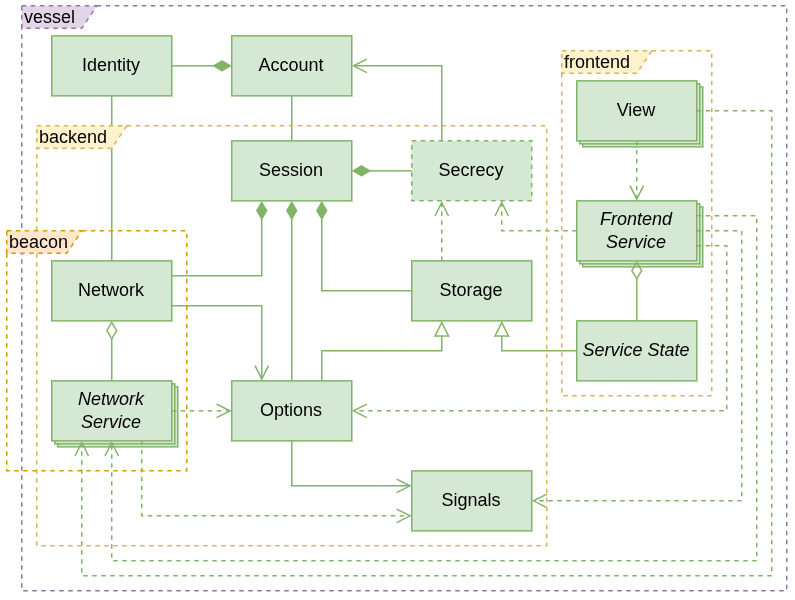
This is docs/architecture.model.png from abetaev/brochain, a draw.io export, as it was before one commit. Source tidied: cells renumbered, new cells last; positions are measured from the earlier drawing's top-left corner, leaving out a move shared by most shapes. The source it was exported from:
```xml
<mxGraphModel background="light-dark(#ffffff, #121212)">
  <root>
    <mxCell id="0" />
    <mxCell id="1" parent="0" />
    <mxCell id="2" style="edgeStyle=orthogonalEdgeStyle;rounded=0;jettySize=auto;html=1;exitX=0.5;exitY=1;exitDx=0;exitDy=0;entryX=0.5;entryY=0;entryDx=0;entryDy=0;endArrow=none;endFill=0;fillColor=#d5e8d4;strokeColor=#82b366;" parent="1" edge="1" source="41" target="14">
      <mxGeometry relative="1" as="geometry" />
    </mxCell>
    <mxCell id="3" value="View" style="html=1;whiteSpace=wrap;fillColor=#d5e8d4;strokeColor=#82b366;" parent="1" vertex="1">
      <mxGeometry x="384" y="54" width="80" height="40" as="geometry" />
    </mxCell>
    <mxCell id="4" value="View" style="html=1;whiteSpace=wrap;fillColor=#d5e8d4;strokeColor=#82b366;" parent="1" vertex="1">
      <mxGeometry x="382" y="52" width="80" height="40" as="geometry" />
    </mxCell>
    <mxCell id="5" value="Frontend Service" style="html=1;whiteSpace=wrap;fontStyle=2;fillColor=#d5e8d4;strokeColor=#82b366;" parent="1" vertex="1">
      <mxGeometry x="384" y="134" width="80" height="40" as="geometry" />
    </mxCell>
    <mxCell id="6" value="Frontend Service" style="html=1;whiteSpace=wrap;fontStyle=2;fillColor=#d5e8d4;strokeColor=#82b366;" parent="1" vertex="1">
      <mxGeometry x="382" y="132" width="80" height="40" as="geometry" />
    </mxCell>
    <mxCell id="7" value="Service" style="html=1;whiteSpace=wrap;fillColor=#d5e8d4;strokeColor=#82b366;" parent="1" vertex="1">
      <mxGeometry x="34" y="254" width="80" height="40" as="geometry" />
    </mxCell>
    <mxCell id="8" value="Service" style="html=1;whiteSpace=wrap;fillColor=#d5e8d4;strokeColor=#82b366;" parent="1" vertex="1">
      <mxGeometry x="32" y="252" width="80" height="40" as="geometry" />
    </mxCell>
    <mxCell id="9" style="edgeStyle=orthogonalEdgeStyle;rounded=0;jettySize=auto;html=1;exitX=0.5;exitY=0;exitDx=0;exitDy=0;entryX=0.5;entryY=1;entryDx=0;entryDy=0;endArrow=none;endFill=0;endSize=8;startSize=6;fillColor=#d5e8d4;strokeColor=#82b366;" parent="1" edge="1" source="11" target="10">
      <mxGeometry relative="1" as="geometry" />
    </mxCell>
    <mxCell id="10" value="Account" style="html=1;whiteSpace=wrap;fillColor=#d5e8d4;strokeColor=#82b366;" parent="1" vertex="1">
      <mxGeometry x="150" y="20" width="80" height="40" as="geometry" />
    </mxCell>
    <mxCell id="11" value="Session" style="html=1;whiteSpace=wrap;fillColor=#d5e8d4;strokeColor=#82b366;" parent="1" vertex="1">
      <mxGeometry x="150" y="90" width="80" height="40" as="geometry" />
    </mxCell>
    <mxCell id="12" style="edgeStyle=orthogonalEdgeStyle;rounded=0;jettySize=auto;html=1;exitX=1;exitY=0.25;exitDx=0;exitDy=0;entryX=0.25;entryY=1;entryDx=0;entryDy=0;endArrow=diamondThin;endFill=1;endSize=10;fillColor=#d5e8d4;strokeColor=#82b366;" parent="1" edge="1" source="14" target="11">
      <mxGeometry relative="1" as="geometry" />
    </mxCell>
    <mxCell id="13" style="edgeStyle=orthogonalEdgeStyle;rounded=0;jettySize=auto;html=1;exitX=1;exitY=0.75;exitDx=0;exitDy=0;entryX=0.25;entryY=0;entryDx=0;entryDy=0;endArrow=open;endFill=0;fillColor=#d5e8d4;strokeColor=#82b366;endSize=8;" parent="1" edge="1" source="14" target="16">
      <mxGeometry relative="1" as="geometry" />
    </mxCell>
    <mxCell id="14" value="Network" style="html=1;whiteSpace=wrap;fillColor=#d5e8d4;strokeColor=#82b366;" parent="1" vertex="1">
      <mxGeometry x="30" y="170" width="80" height="40" as="geometry" />
    </mxCell>
    <mxCell id="15" style="edgeStyle=orthogonalEdgeStyle;rounded=0;jettySize=auto;html=1;exitX=0.75;exitY=0;exitDx=0;exitDy=0;entryX=0.25;entryY=1;entryDx=0;entryDy=0;endArrow=block;endFill=0;endSize=8;fillColor=#d5e8d4;strokeColor=#82b366;" parent="1" edge="1" source="16" target="19">
      <mxGeometry relative="1" as="geometry" />
    </mxCell>
    <mxCell id="16" value="Options" style="html=1;whiteSpace=wrap;fillColor=#d5e8d4;strokeColor=#82b366;" parent="1" vertex="1">
      <mxGeometry x="150" y="250" width="80" height="40" as="geometry" />
    </mxCell>
    <mxCell id="17" style="edgeStyle=orthogonalEdgeStyle;rounded=0;jettySize=auto;html=1;exitX=0;exitY=0.5;exitDx=0;exitDy=0;entryX=0.75;entryY=1;entryDx=0;entryDy=0;endArrow=diamondThin;endFill=1;endSize=10;fillColor=#d5e8d4;strokeColor=#82b366;" parent="1" edge="1" source="19" target="11">
      <mxGeometry relative="1" as="geometry" />
    </mxCell>
    <mxCell id="18" style="edgeStyle=orthogonalEdgeStyle;rounded=0;jettySize=auto;html=1;exitX=0.25;exitY=0;exitDx=0;exitDy=0;entryX=0.25;entryY=1;entryDx=0;entryDy=0;endArrow=open;endFill=0;endSize=8;fillColor=#d5e8d4;strokeColor=#82b366;dashed=1;" parent="1" edge="1" source="19" target="44">
      <mxGeometry relative="1" as="geometry" />
    </mxCell>
    <mxCell id="19" value="Storage" style="html=1;whiteSpace=wrap;fillColor=#d5e8d4;strokeColor=#82b366;" parent="1" vertex="1">
      <mxGeometry x="270" y="170" width="80" height="40" as="geometry" />
    </mxCell>
    <mxCell id="20" style="edgeStyle=orthogonalEdgeStyle;rounded=0;jettySize=auto;html=1;exitX=0.5;exitY=0;exitDx=0;exitDy=0;entryX=0.5;entryY=1;entryDx=0;entryDy=0;endArrow=diamondThin;endFill=0;endSize=10;fillColor=#d5e8d4;strokeColor=#82b366;" parent="1" edge="1" source="23" target="14">
      <mxGeometry relative="1" as="geometry" />
    </mxCell>
    <mxCell id="21" style="edgeStyle=orthogonalEdgeStyle;rounded=0;jettySize=auto;html=1;exitX=0.75;exitY=1;exitDx=0;exitDy=0;entryX=0;entryY=0.75;entryDx=0;entryDy=0;endArrow=open;endFill=0;endSize=8;fillColor=#d5e8d4;strokeColor=#82b366;dashed=1;" parent="1" edge="1" source="23" target="24">
      <mxGeometry relative="1" as="geometry" />
    </mxCell>
    <mxCell id="22" style="edgeStyle=orthogonalEdgeStyle;rounded=0;jettySize=auto;html=1;exitX=1;exitY=0.5;exitDx=0;exitDy=0;entryX=0;entryY=0.5;entryDx=0;entryDy=0;endArrow=open;endFill=0;endSize=8;fillColor=#d5e8d4;strokeColor=#82b366;dashed=1;" parent="1" edge="1" source="23" target="16">
      <mxGeometry relative="1" as="geometry" />
    </mxCell>
    <mxCell id="23" value="Network Service" style="html=1;whiteSpace=wrap;fontStyle=2;fillColor=#d5e8d4;strokeColor=#82b366;" parent="1" vertex="1">
      <mxGeometry x="30" y="250" width="80" height="40" as="geometry" />
    </mxCell>
    <mxCell id="24" value="Signals" style="html=1;whiteSpace=wrap;fillColor=#d5e8d4;strokeColor=#82b366;" parent="1" vertex="1">
      <mxGeometry x="270" y="310" width="80" height="40" as="geometry" />
    </mxCell>
    <mxCell id="25" style="edgeStyle=orthogonalEdgeStyle;rounded=0;jettySize=auto;html=1;exitX=0.5;exitY=0;exitDx=0;exitDy=0;entryX=0.5;entryY=1;entryDx=0;entryDy=0;endArrow=diamondThin;endFill=1;endSize=10;fillColor=#d5e8d4;strokeColor=#82b366;" parent="1" edge="1" source="16" target="11">
      <mxGeometry relative="1" as="geometry" />
    </mxCell>
    <mxCell id="26" style="edgeStyle=orthogonalEdgeStyle;rounded=0;jettySize=auto;html=1;exitX=0;exitY=0.5;exitDx=0;exitDy=0;entryX=0.75;entryY=1;entryDx=0;entryDy=0;endArrow=block;endFill=0;endSize=8;fillColor=#d5e8d4;strokeColor=#82b366;" parent="1" edge="1" source="28" target="19">
      <mxGeometry relative="1" as="geometry" />
    </mxCell>
    <mxCell id="27" style="edgeStyle=orthogonalEdgeStyle;rounded=0;jettySize=auto;html=1;exitX=0.5;exitY=0;exitDx=0;exitDy=0;entryX=0.5;entryY=1;entryDx=0;entryDy=0;endArrow=diamondThin;endFill=0;endSize=10;fillColor=#d5e8d4;strokeColor=#82b366;" parent="1" edge="1" source="28" target="33">
      <mxGeometry relative="1" as="geometry" />
    </mxCell>
    <mxCell id="28" value="Service State" style="html=1;whiteSpace=wrap;fontStyle=2;fillColor=#d5e8d4;strokeColor=#82b366;" parent="1" vertex="1">
      <mxGeometry x="380" y="210" width="80" height="40" as="geometry" />
    </mxCell>
    <mxCell id="29" value=" " style="edgeStyle=orthogonalEdgeStyle;rounded=0;jettySize=auto;html=1;entryX=1;entryY=0.5;entryDx=0;entryDy=0;exitX=1;exitY=0.5;exitDx=0;exitDy=0;endArrow=open;endFill=0;endSize=8;fillColor=#d5e8d4;strokeColor=#82b366;dashed=1;" parent="1" edge="1" source="33" target="24">
      <mxGeometry relative="1" as="geometry">
        <Array as="points">
          <mxPoint x="490" y="150" />
          <mxPoint x="490" y="330" />
        </Array>
      </mxGeometry>
    </mxCell>
    <mxCell id="30" style="edgeStyle=orthogonalEdgeStyle;rounded=0;jettySize=auto;html=1;exitX=1;exitY=0.25;exitDx=0;exitDy=0;entryX=0.5;entryY=1;entryDx=0;entryDy=0;endArrow=open;endFill=0;endSize=8;fillColor=#d5e8d4;strokeColor=#82b366;dashed=1;" parent="1" edge="1" source="33" target="23">
      <mxGeometry relative="1" as="geometry">
        <Array as="points">
          <mxPoint x="500" y="140" />
          <mxPoint x="500" y="370" />
          <mxPoint x="70" y="370" />
        </Array>
      </mxGeometry>
    </mxCell>
    <mxCell id="31" style="edgeStyle=orthogonalEdgeStyle;rounded=0;jettySize=auto;html=1;exitX=1;exitY=0.75;exitDx=0;exitDy=0;entryX=1;entryY=0.5;entryDx=0;entryDy=0;endArrow=open;endFill=0;endSize=8;dashed=1;fillColor=#d5e8d4;strokeColor=#82b366;" parent="1" edge="1" source="33" target="16">
      <mxGeometry relative="1" as="geometry" />
    </mxCell>
    <mxCell id="32" style="edgeStyle=orthogonalEdgeStyle;rounded=0;jettySize=auto;html=1;exitX=0;exitY=0.5;exitDx=0;exitDy=0;entryX=0.75;entryY=1;entryDx=0;entryDy=0;endArrow=open;endFill=0;dashed=1;fillColor=#d5e8d4;strokeColor=#82b366;endSize=8;" parent="1" edge="1" source="33" target="44">
      <mxGeometry relative="1" as="geometry" />
    </mxCell>
    <mxCell id="33" value="Frontend Service" style="html=1;whiteSpace=wrap;fontStyle=2;fillColor=#d5e8d4;strokeColor=#82b366;" parent="1" vertex="1">
      <mxGeometry x="380" y="130" width="80" height="40" as="geometry" />
    </mxCell>
    <mxCell id="34" style="edgeStyle=orthogonalEdgeStyle;rounded=0;jettySize=auto;html=1;exitX=0.5;exitY=1;exitDx=0;exitDy=0;entryX=0.5;entryY=0;entryDx=0;entryDy=0;endArrow=open;endFill=0;endSize=8;fillColor=#d5e8d4;strokeColor=#82b366;dashed=1;" parent="1" edge="1" source="36" target="33">
      <mxGeometry relative="1" as="geometry" />
    </mxCell>
    <mxCell id="35" style="edgeStyle=orthogonalEdgeStyle;rounded=0;jettySize=auto;html=1;exitX=1;exitY=0.5;exitDx=0;exitDy=0;entryX=0.25;entryY=1;entryDx=0;entryDy=0;dashed=1;fillColor=#d5e8d4;strokeColor=#82b366;endArrow=open;endFill=0;endSize=8;" parent="1" edge="1" source="36" target="23">
      <mxGeometry relative="1" as="geometry">
        <Array as="points">
          <mxPoint x="510" y="70" />
          <mxPoint x="510" y="380" />
          <mxPoint x="50" y="380" />
        </Array>
      </mxGeometry>
    </mxCell>
    <mxCell id="36" value="View" style="html=1;whiteSpace=wrap;fillColor=#d5e8d4;strokeColor=#82b366;" parent="1" vertex="1">
      <mxGeometry x="380" y="50" width="80" height="40" as="geometry" />
    </mxCell>
    <mxCell id="37" value="backend" style="shape=umlFrame;whiteSpace=wrap;html=1;fillColor=#fff2cc;strokeColor=#d6b656;dashed=1;width=60;height=15;align=left;" parent="1" vertex="1">
      <mxGeometry x="20" y="80" width="340" height="280" as="geometry" />
    </mxCell>
    <mxCell id="38" value="frontend" style="shape=umlFrame;whiteSpace=wrap;html=1;fillColor=#fff2cc;strokeColor=#d6b656;dashed=1;width=60;height=15;align=left;" parent="1" vertex="1">
      <mxGeometry x="370" y="30" width="100" height="230" as="geometry" />
    </mxCell>
    <mxCell id="39" value="vessel" style="shape=umlFrame;whiteSpace=wrap;html=1;fillColor=#e1d5e7;strokeColor=#9673a6;dashed=1;width=50;height=15;align=left;" parent="1" vertex="1">
      <mxGeometry x="10" width="510" height="390" as="geometry" />
    </mxCell>
    <mxCell id="40" style="edgeStyle=orthogonalEdgeStyle;rounded=0;jettySize=auto;html=1;exitX=1;exitY=0.5;exitDx=0;exitDy=0;entryX=0;entryY=0.5;entryDx=0;entryDy=0;fillColor=#d5e8d4;strokeColor=#82b366;endArrow=diamondThin;endFill=1;endSize=10;" parent="1" edge="1" source="41" target="10">
      <mxGeometry relative="1" as="geometry" />
    </mxCell>
    <mxCell id="41" value="Identity" style="html=1;whiteSpace=wrap;fillColor=#d5e8d4;strokeColor=#82b366;" parent="1" vertex="1">
      <mxGeometry x="30" y="20" width="80" height="40" as="geometry" />
    </mxCell>
    <mxCell id="42" style="edgeStyle=orthogonalEdgeStyle;rounded=0;jettySize=auto;html=1;exitX=0.5;exitY=1;exitDx=0;exitDy=0;entryX=0;entryY=0.25;entryDx=0;entryDy=0;endArrow=open;endFill=0;endSize=8;fillColor=#d5e8d4;strokeColor=#82b366;jumpStyle=arc;" parent="1" edge="1" source="16" target="24">
      <mxGeometry relative="1" as="geometry" />
    </mxCell>
    <mxCell id="43" style="edgeStyle=orthogonalEdgeStyle;rounded=0;jettySize=auto;html=1;exitX=0;exitY=0.5;exitDx=0;exitDy=0;entryX=1;entryY=0.5;entryDx=0;entryDy=0;endArrow=diamondThin;endFill=1;endSize=10;fillColor=#d5e8d4;strokeColor=#82b366;" parent="1" edge="1" source="44" target="11">
      <mxGeometry relative="1" as="geometry" />
    </mxCell>
    <mxCell id="44" value="Secrecy" style="html=1;whiteSpace=wrap;fillColor=#d5e8d4;strokeColor=#82b366;dashed=1;" parent="1" vertex="1">
      <mxGeometry x="270" y="90" width="80" height="40" as="geometry" />
    </mxCell>
    <mxCell id="45" style="edgeStyle=orthogonalEdgeStyle;rounded=0;jettySize=auto;html=1;exitX=0.25;exitY=0;exitDx=0;exitDy=0;entryX=1;entryY=0.5;entryDx=0;entryDy=0;endArrow=open;endFill=0;endSize=8;fillColor=#d5e8d4;strokeColor=#82b366;" parent="1" edge="1" source="44" target="10">
      <mxGeometry relative="1" as="geometry" />
    </mxCell>
    <mxCell id="46" value="beacon" style="shape=umlFrame;whiteSpace=wrap;html=1;fillColor=#ffe6cc;strokeColor=#d79b00;dashed=1;width=50;height=15;align=left;" parent="1" vertex="1">
      <mxGeometry y="150" width="120" height="160" as="geometry" />
    </mxCell>
  </root>
</mxGraphModel>
```
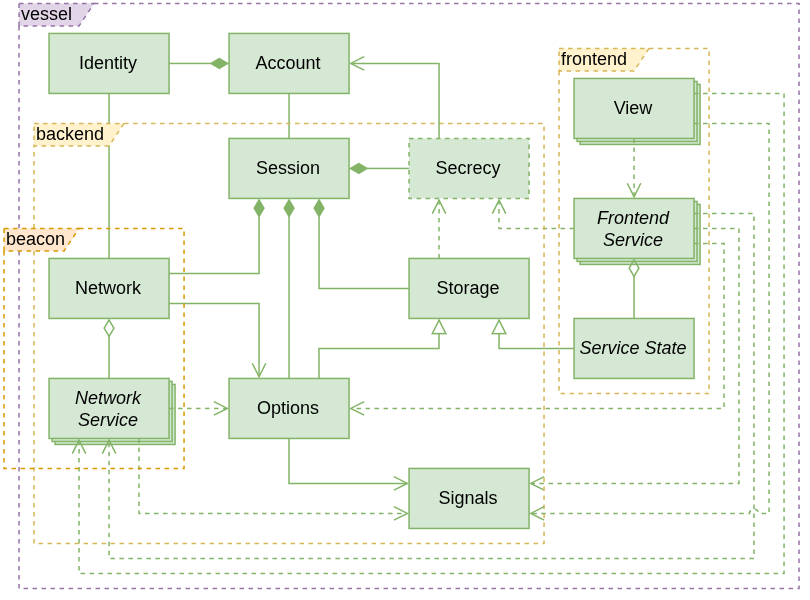
After the commit.

Change to the diagram source:
```diff
@@ -83,11 +83,11 @@
     <mxCell id="28" value="Service State" style="html=1;whiteSpace=wrap;fontStyle=2;fillColor=#d5e8d4;strokeColor=#82b366;" parent="1" vertex="1">
       <mxGeometry x="380" y="210" width="80" height="40" as="geometry" />
     </mxCell>
-    <mxCell id="29" value=" " style="edgeStyle=orthogonalEdgeStyle;rounded=0;jettySize=auto;html=1;entryX=1;entryY=0.5;entryDx=0;entryDy=0;exitX=1;exitY=0.5;exitDx=0;exitDy=0;endArrow=open;endFill=0;endSize=8;fillColor=#d5e8d4;strokeColor=#82b366;dashed=1;" parent="1" edge="1" source="33" target="24">
+    <mxCell id="29" value=" " style="edgeStyle=orthogonalEdgeStyle;rounded=0;jettySize=auto;html=1;entryX=1;entryY=0.25;entryDx=0;entryDy=0;exitX=1;exitY=0.5;exitDx=0;exitDy=0;endArrow=open;endFill=0;endSize=8;fillColor=#d5e8d4;strokeColor=#82b366;dashed=1;" parent="1" edge="1" source="33" target="24">
       <mxGeometry relative="1" as="geometry">
         <Array as="points">
           <mxPoint x="490" y="150" />
-          <mxPoint x="490" y="330" />
+          <mxPoint x="490" y="320" />
         </Array>
       </mxGeometry>
     </mxCell>
@@ -112,11 +112,11 @@
     <mxCell id="34" style="edgeStyle=orthogonalEdgeStyle;rounded=0;jettySize=auto;html=1;exitX=0.5;exitY=1;exitDx=0;exitDy=0;entryX=0.5;entryY=0;entryDx=0;entryDy=0;endArrow=open;endFill=0;endSize=8;fillColor=#d5e8d4;strokeColor=#82b366;dashed=1;" parent="1" edge="1" source="36" target="33">
       <mxGeometry relative="1" as="geometry" />
     </mxCell>
-    <mxCell id="35" style="edgeStyle=orthogonalEdgeStyle;rounded=0;jettySize=auto;html=1;exitX=1;exitY=0.5;exitDx=0;exitDy=0;entryX=0.25;entryY=1;entryDx=0;entryDy=0;dashed=1;fillColor=#d5e8d4;strokeColor=#82b366;endArrow=open;endFill=0;endSize=8;" parent="1" edge="1" source="36" target="23">
+    <mxCell id="35" style="edgeStyle=orthogonalEdgeStyle;rounded=0;jettySize=auto;html=1;exitX=1;exitY=0.25;exitDx=0;exitDy=0;entryX=0.25;entryY=1;entryDx=0;entryDy=0;dashed=1;fillColor=#d5e8d4;strokeColor=#82b366;endArrow=open;endFill=0;endSize=8;" parent="1" edge="1" source="36" target="23">
       <mxGeometry relative="1" as="geometry">
         <Array as="points">
-          <mxPoint x="510" y="70" />
-          <mxPoint x="510" y="380" />
+          <mxPoint x="520" y="60" />
+          <mxPoint x="520" y="380" />
           <mxPoint x="50" y="380" />
         </Array>
       </mxGeometry>
@@ -131,7 +131,7 @@
       <mxGeometry x="370" y="30" width="100" height="230" as="geometry" />
     </mxCell>
     <mxCell id="39" value="vessel" style="shape=umlFrame;whiteSpace=wrap;html=1;fillColor=#e1d5e7;strokeColor=#9673a6;dashed=1;width=50;height=15;align=left;" parent="1" vertex="1">
-      <mxGeometry x="10" width="510" height="390" as="geometry" />
+      <mxGeometry x="10" width="520" height="390" as="geometry" />
     </mxCell>
     <mxCell id="40" style="edgeStyle=orthogonalEdgeStyle;rounded=0;jettySize=auto;html=1;exitX=1;exitY=0.5;exitDx=0;exitDy=0;entryX=0;entryY=0.5;entryDx=0;entryDy=0;fillColor=#d5e8d4;strokeColor=#82b366;endArrow=diamondThin;endFill=1;endSize=10;" parent="1" edge="1" source="41" target="10">
       <mxGeometry relative="1" as="geometry" />
@@ -154,5 +154,13 @@
     <mxCell id="46" value="beacon" style="shape=umlFrame;whiteSpace=wrap;html=1;fillColor=#ffe6cc;strokeColor=#d79b00;dashed=1;width=50;height=15;align=left;" parent="1" vertex="1">
       <mxGeometry y="150" width="120" height="160" as="geometry" />
     </mxCell>
+    <mxCell id="47" style="edgeStyle=orthogonalEdgeStyle;rounded=0;jettySize=auto;html=1;exitX=1;exitY=0.75;exitDx=0;exitDy=0;entryX=1;entryY=0.75;entryDx=0;entryDy=0;dashed=1;fillColor=#d5e8d4;strokeColor=#82b366;endArrow=open;endFill=0;endSize=8;jumpStyle=arc;" parent="1" edge="1" source="36" target="24">
+      <mxGeometry relative="1" as="geometry">
+        <Array as="points">
+          <mxPoint x="510" y="80" />
+          <mxPoint x="510" y="340" />
+        </Array>
+      </mxGeometry>
+    </mxCell>
   </root>
 </mxGraphModel>
```
